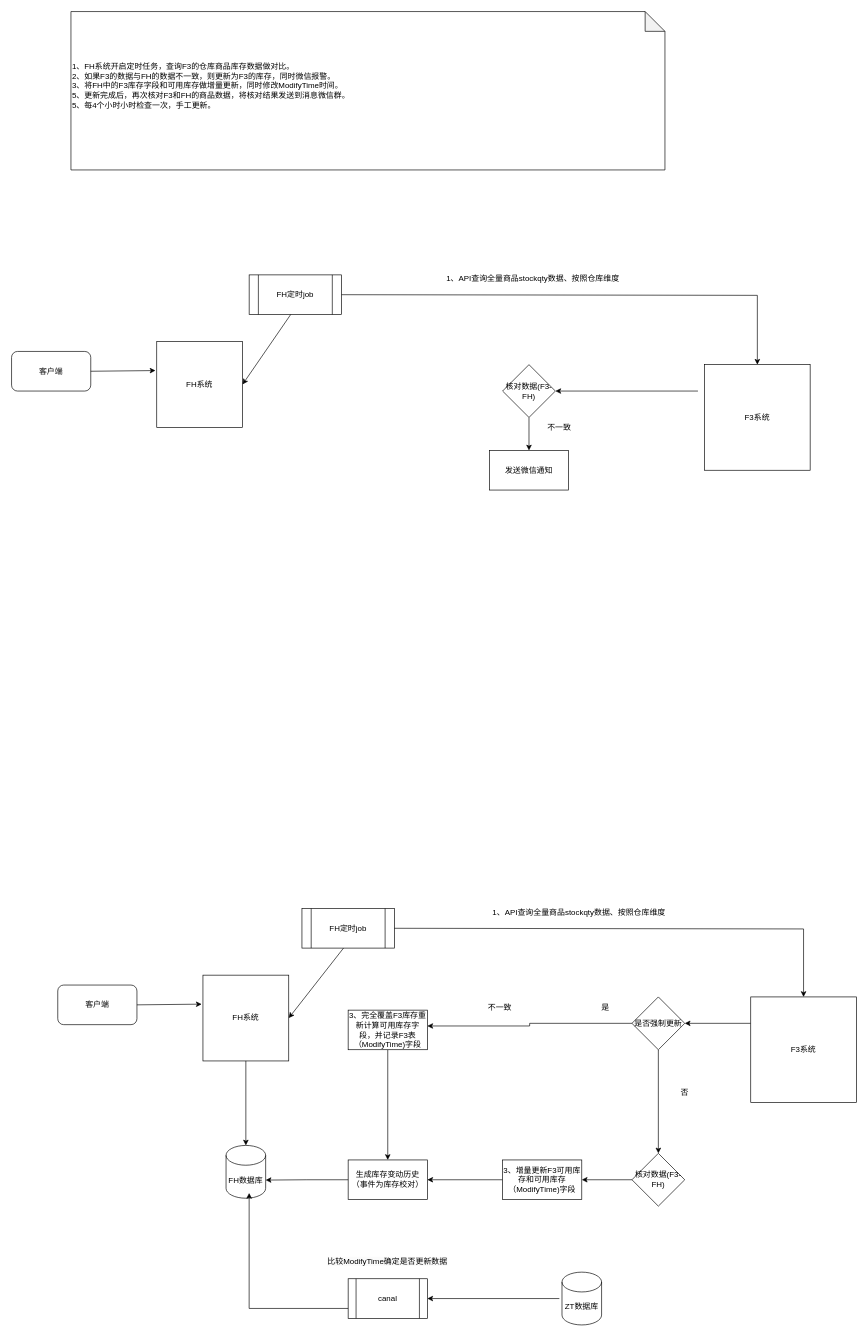
The draw.io diagram SketchMap/FH库存校验.drawio in liuyunlong1229/aaa, before the edit. Source tidied: cells renumbered, new cells numbered last; positions are measured from the earlier drawing's top-left corner, leaving out a move shared by most shapes. Both pictures are drawn from the tidied source at 66%, with x=0, y=0 at pixel (11, 11).
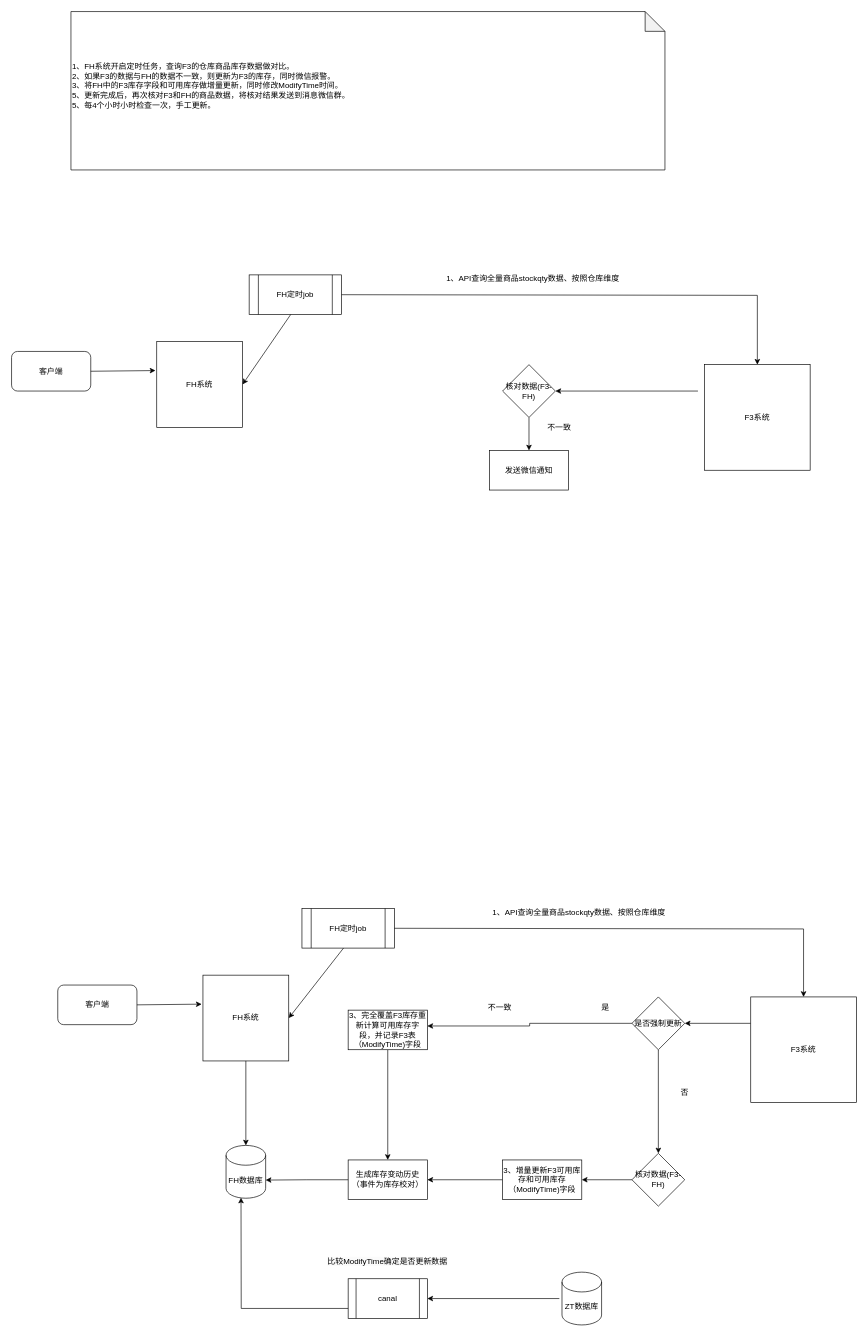
The same page after the edit.

Commit message:
更新FH库存校验.drawio

The change refers to these unchanged cells:
```xml
<mxCell id="3" value="FH数据库" style="shape=cylinder3;whiteSpace=wrap;html=1;boundedLbl=1;backgroundOutline=1;size=15;" parent="1" vertex="1">
  <mxGeometry x="325" y="1718" width="60" height="80" as="geometry" />
</mxCell>
<mxCell id="16" value="canal" style="shape=process;whiteSpace=wrap;html=1;backgroundOutline=1;" parent="1" vertex="1">
  <mxGeometry x="510" y="1920" width="120" height="60" as="geometry" />
</mxCell>
```

What changed in the source:
```diff
@@
-    <mxCell id="18" style="endArrow=classic;html=1;rounded=0;exitX=0;exitY=0.75;exitDx=0;exitDy=0;" parent="1" edge="1" source="16">
+    <mxCell id="18" style="endArrow=classic;html=1;rounded=0;exitX=0;exitY=0.75;exitDx=0;exitDy=0;entryX=0.378;entryY=0.989;entryDx=0;entryDy=0;entryPerimeter=0;" parent="1" edge="1" source="16" target="3">
       <mxGeometry relative="1" as="geometry">
-        <mxPoint x="360" y="1790" as="targetPoint" />
         <Array as="points">
-          <mxPoint x="360" y="1965" />
+          <mxPoint x="348" y="1965" />
         </Array>
       </mxGeometry>
     </mxCell>
```
